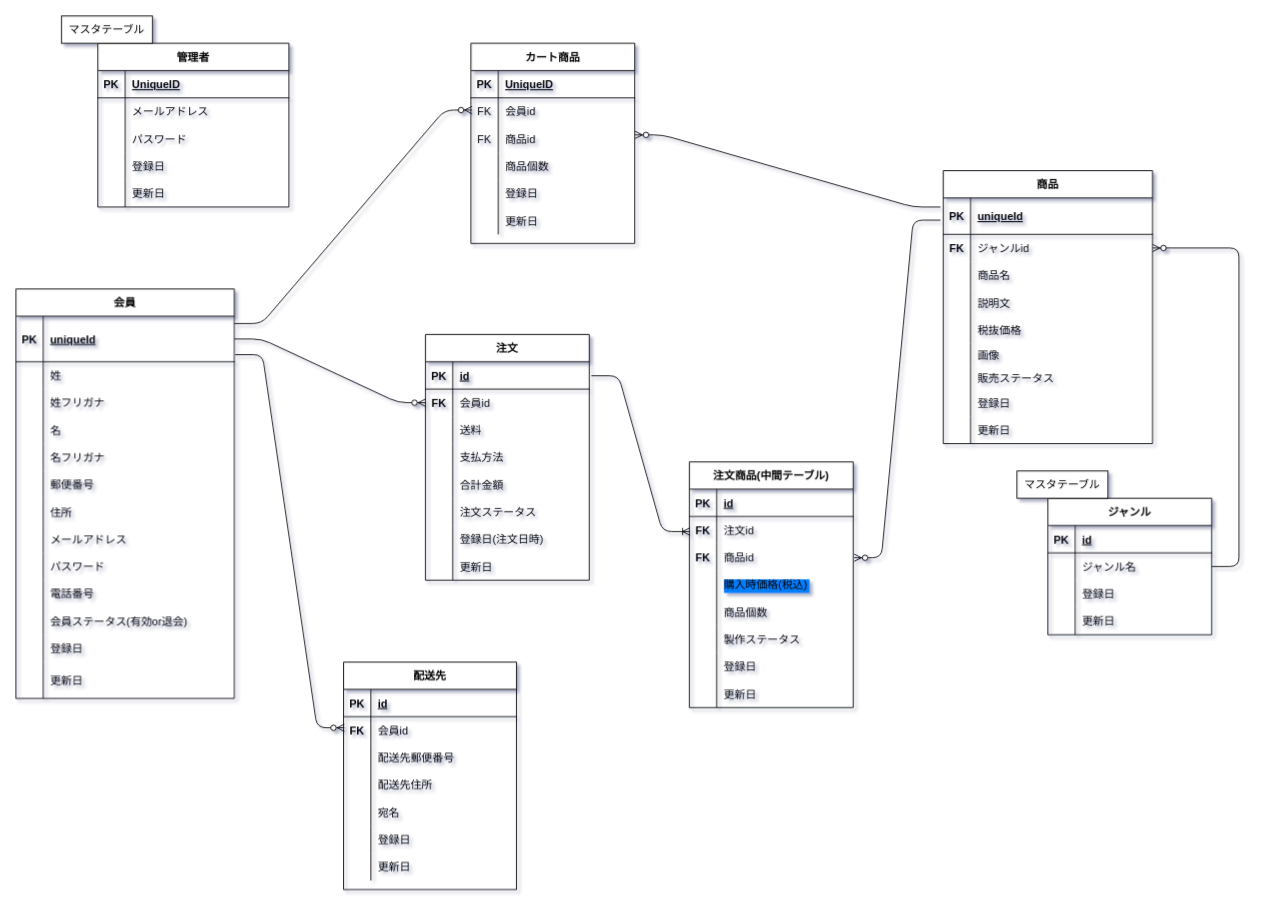
Earlier version of the draw.io diagram page "ECサイトER図" (1 of 2) of er_naganocake.drawio (hapi190601/ec_practice). Source tidied: cells renumbered, new cells numbered last; positions are measured from the earlier drawing's top-left corner, leaving out a move shared by most shapes. Both pictures are drawn from the tidied source at 91%, with x=0, y=0 at pixel (15, 15).
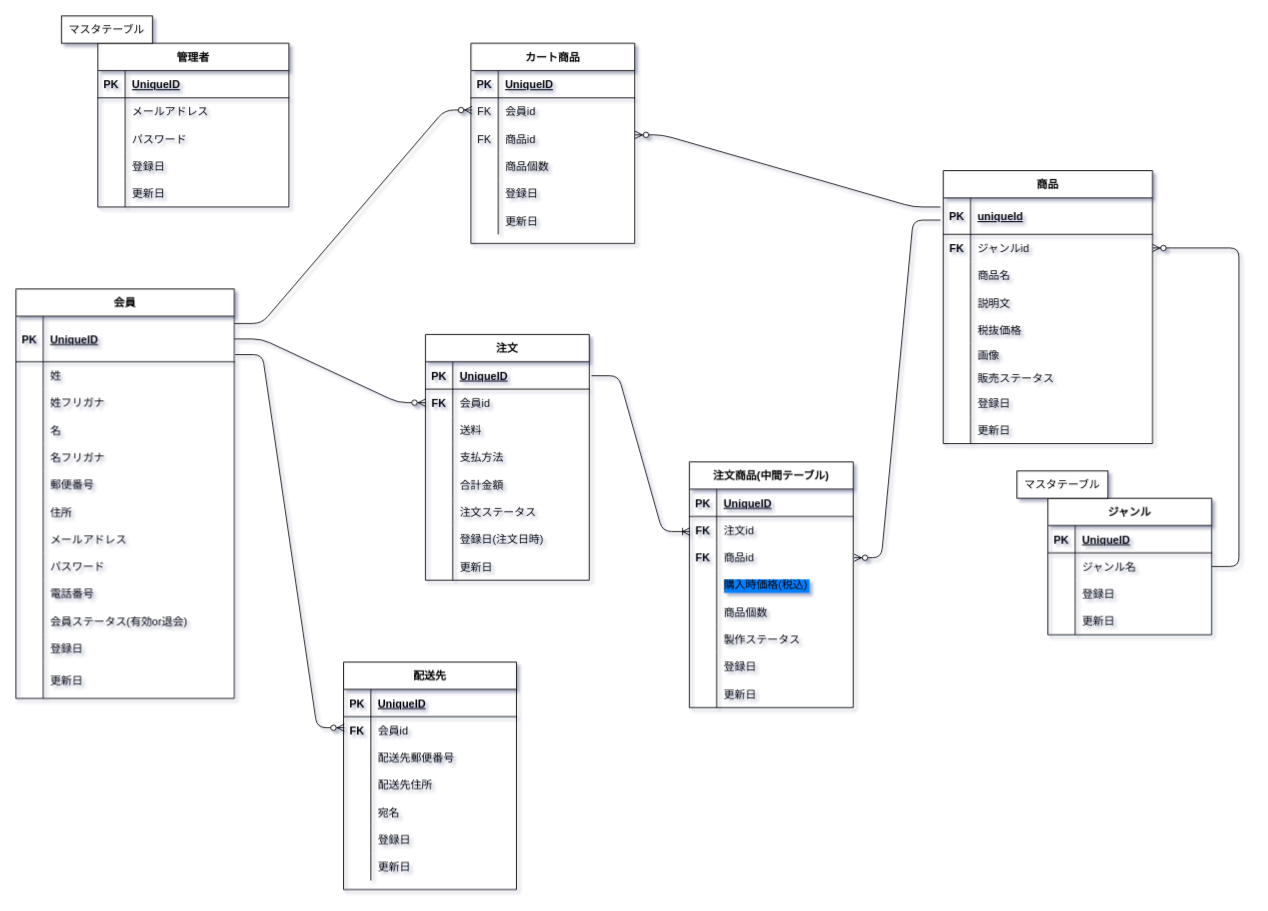
Above is the later version.

The change refers to these unchanged cells:
```xml
<mxCell id="3" style="shape=partialRectangle;fillColor=none;top=0;left=0;bottom=1;right=0;points=[[0,0.5],[1,0.5]];portConstraint=eastwest;" parent="2" vertex="1">
  <mxGeometry y="30" width="240" height="50" as="geometry" />
</mxCell>
<mxCell id="71" style="shape=partialRectangle;fillColor=none;top=0;left=0;bottom=1;right=0;" parent="70" vertex="1">
  <mxGeometry y="30" width="180" height="30" as="geometry" />
</mxCell>
<mxCell id="84" style="shape=partialRectangle;fillColor=none;top=0;left=0;bottom=1;right=0;points=[[0,0.5],[1,0.5]];portConstraint=eastwest;" parent="83" vertex="1">
  <mxGeometry y="30" width="180" height="30" as="geometry" />
</mxCell>
<mxCell id="109" style="shape=partialRectangle;fillColor=none;top=0;left=0;bottom=1;right=0;" parent="108" vertex="1">
  <mxGeometry y="30" width="190" height="30" as="geometry" />
</mxCell>
<mxCell id="131" style="shape=partialRectangle;fillColor=none;top=0;left=0;bottom=1;right=0;" parent="130" vertex="1">
  <mxGeometry y="30" width="180" height="30" as="geometry" />
</mxCell>
```

The edit, as a diff of the source:
```diff
@@
-    <mxCell id="5" value="uniqueId" style="shape=partialRectangle;fillColor=none;top=0;left=0;bottom=0;right=0;align=left;spacingLeft=6;fontStyle=5;overflow=hidden;" parent="3" vertex="1">
+    <mxCell id="5" value="UniqueID" style="shape=partialRectangle;fillColor=none;top=0;left=0;bottom=0;right=0;align=left;spacingLeft=6;fontStyle=5;overflow=hidden;" parent="3" vertex="1">
       <mxGeometry x="30" width="210" height="50" as="geometry" />
     </mxCell>
@@
-    <mxCell id="73" value="id" style="shape=partialRectangle;fillColor=none;top=0;left=0;bottom=0;right=0;align=left;spacingLeft=6;fontStyle=5;overflow=hidden;" parent="71" vertex="1">
+    <mxCell id="73" value="UniqueID" style="shape=partialRectangle;fillColor=none;top=0;left=0;bottom=0;right=0;align=left;spacingLeft=6;fontStyle=5;overflow=hidden;" parent="71" vertex="1">
       <mxGeometry x="30" width="150" height="30" as="geometry" />
     </mxCell>
@@
-    <mxCell id="86" value="id" style="shape=partialRectangle;fillColor=none;top=0;left=0;bottom=0;right=0;align=left;spacingLeft=6;fontStyle=5;overflow=hidden;" parent="84" vertex="1">
+    <mxCell id="86" value="UniqueID" style="shape=partialRectangle;fillColor=none;top=0;left=0;bottom=0;right=0;align=left;spacingLeft=6;fontStyle=5;overflow=hidden;" parent="84" vertex="1">
       <mxGeometry x="30" width="150" height="30" as="geometry" />
     </mxCell>
@@
-    <mxCell id="111" value="id" style="shape=partialRectangle;fillColor=none;top=0;left=0;bottom=0;right=0;align=left;spacingLeft=6;fontStyle=5;overflow=hidden;" parent="109" vertex="1">
+    <mxCell id="111" value="UniqueID" style="shape=partialRectangle;fillColor=none;top=0;left=0;bottom=0;right=0;align=left;spacingLeft=6;fontStyle=5;overflow=hidden;" parent="109" vertex="1">
       <mxGeometry x="30" width="160" height="30" as="geometry" />
     </mxCell>
@@
-    <mxCell id="133" value="id" style="shape=partialRectangle;fillColor=none;top=0;left=0;bottom=0;right=0;align=left;spacingLeft=6;fontStyle=5;overflow=hidden;" parent="131" vertex="1">
+    <mxCell id="133" value="UniqueID" style="shape=partialRectangle;fillColor=none;top=0;left=0;bottom=0;right=0;align=left;spacingLeft=6;fontStyle=5;overflow=hidden;" parent="131" vertex="1">
       <mxGeometry x="30" width="150" height="30" as="geometry" />
     </mxCell>
```
